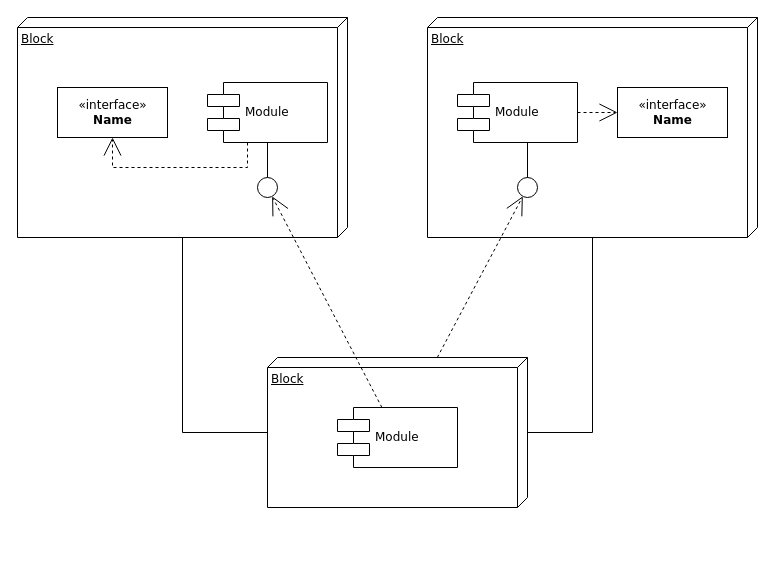
This is Untitled Diagram_.drawio from Reqeique/test-1, a draw.io file, before an edit. Source tidied: cells renumbered, new cells numbered last; positions are measured from the earlier drawing's top-left corner, leaving out a move shared by most shapes. Both pictures are drawn from the tidied source at 100%, with x=0, y=0 at pixel (17, 17).
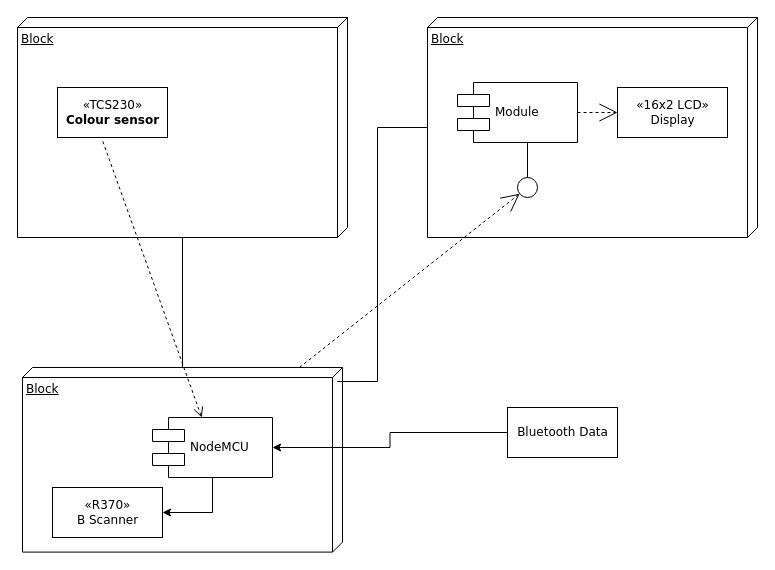
After the change.

The change refers to these unchanged cells:
```xml
<mxCell id="3" value="Block" style="verticalAlign=top;align=left;spacingTop=8;spacingLeft=2;spacingRight=12;shape=cube;size=10;direction=south;fontStyle=4;html=1;rounded=0;shadow=0;comic=0;labelBackgroundColor=none;strokeWidth=1;fontFamily=Verdana;fontSize=12;" parent="1" vertex="1">
  <mxGeometry x="410" width="330" height="220" as="geometry" />
</mxCell>
```

Diff of the diagram source:
```diff
@@
     <mxCell id="4" value="Block" style="verticalAlign=top;align=left;spacingTop=8;spacingLeft=2;spacingRight=12;shape=cube;size=10;direction=south;fontStyle=4;html=1;rounded=0;shadow=0;comic=0;labelBackgroundColor=none;strokeWidth=1;fontFamily=Verdana;fontSize=12;" parent="1" vertex="1">
-      <mxGeometry x="250" y="340" width="260" height="150" as="geometry" />
+      <mxGeometry x="5" y="350" width="320" height="184.6" as="geometry" />
     </mxCell>
-    <mxCell id="5" value="&amp;laquo;interface&amp;raquo;&lt;br&gt;&lt;b&gt;Name&lt;/b&gt;" style="html=1;rounded=0;shadow=0;comic=0;labelBackgroundColor=none;strokeWidth=1;fontFamily=Verdana;fontSize=12;align=center;" parent="1" vertex="1">
+    <mxCell id="5" value="«TCS230»&lt;br&gt;&lt;b&gt;Colour sensor&lt;/b&gt;" style="html=1;rounded=0;shadow=0;comic=0;labelBackgroundColor=none;strokeWidth=1;fontFamily=Verdana;fontSize=12;align=center;" parent="1" vertex="1">
       <mxGeometry x="40" y="70" width="110" height="50" as="geometry" />
     </mxCell>
-    <mxCell id="6" value="Module" style="shape=component;align=left;spacingLeft=36;rounded=0;shadow=0;comic=0;labelBackgroundColor=none;strokeWidth=1;fontFamily=Verdana;fontSize=12;html=1;" parent="1" vertex="1">
-      <mxGeometry x="190" y="65" width="120" height="60" as="geometry" />
-    </mxCell>
-    <mxCell id="7" style="ellipse;whiteSpace=wrap;html=1;rounded=0;shadow=0;comic=0;labelBackgroundColor=none;strokeWidth=1;fontFamily=Verdana;fontSize=12;align=center;" parent="1" vertex="1">
-      <mxGeometry x="240" y="160" width="20" height="20" as="geometry" />
-    </mxCell>
@@
-    <mxCell id="9" value="&amp;laquo;interface&amp;raquo;&lt;br&gt;&lt;b&gt;Name&lt;/b&gt;" style="html=1;rounded=0;shadow=0;comic=0;labelBackgroundColor=none;strokeWidth=1;fontFamily=Verdana;fontSize=12;align=center;" parent="1" vertex="1">
+    <mxCell id="9" value="«16x2 LCD»&lt;br&gt;Display" style="html=1;rounded=0;shadow=0;comic=0;labelBackgroundColor=none;strokeWidth=1;fontFamily=Verdana;fontSize=12;align=center;" parent="1" vertex="1">
       <mxGeometry x="600" y="70" width="110" height="50" as="geometry" />
     </mxCell>
@@
+    <mxCell id="20" style="edgeStyle=orthogonalEdgeStyle;rounded=0;jettySize=auto;html=1;entryX=1;entryY=0.5;entryDx=0;entryDy=0;" parent="1" edge="1" source="11" target="21">
+      <mxGeometry relative="1" as="geometry" />
+    </mxCell>
-    <mxCell id="11" value="Module" style="shape=component;align=left;spacingLeft=36;rounded=0;shadow=0;comic=0;labelBackgroundColor=none;strokeWidth=1;fontFamily=Verdana;fontSize=12;html=1;" parent="1" vertex="1">
-      <mxGeometry x="320" y="390" width="120" height="60" as="geometry" />
+    <mxCell id="11" value="NodeMCU" style="shape=component;align=left;spacingLeft=36;rounded=0;shadow=0;comic=0;labelBackgroundColor=none;strokeWidth=1;fontFamily=Verdana;fontSize=12;html=1;" parent="1" vertex="1">
+      <mxGeometry x="135" y="400" width="120" height="60" as="geometry" />
     </mxCell>
-    <mxCell id="12" style="edgeStyle=none;rounded=0;html=1;dashed=1;labelBackgroundColor=none;startArrow=none;startFill=0;startSize=8;endArrow=open;endFill=0;endSize=16;fontFamily=Verdana;fontSize=12;" parent="1" edge="1" source="11" target="7">
+    <mxCell id="12" style="edgeStyle=none;rounded=0;html=1;dashed=1;labelBackgroundColor=none;startArrow=open;startFill=0;startSize=8;endArrow=none;endFill=0;endSize=16;fontFamily=Verdana;fontSize=12;entryX=0.409;entryY=1.06;entryDx=0;entryDy=0;entryPerimeter=0;" parent="1" edge="1" source="11" target="5">
       <mxGeometry relative="1" as="geometry" />
     </mxCell>
@@
-    <mxCell id="15" style="edgeStyle=elbowEdgeStyle;rounded=0;html=1;labelBackgroundColor=none;startArrow=none;startFill=0;startSize=8;endArrow=none;endFill=0;endSize=16;fontFamily=Verdana;fontSize=12;" parent="1" edge="1" source="7" target="6">
-      <mxGeometry relative="1" as="geometry" />
-    </mxCell>
-    <mxCell id="16" style="edgeStyle=orthogonalEdgeStyle;rounded=0;html=1;labelBackgroundColor=none;startArrow=none;startFill=0;startSize=8;endArrow=open;endFill=0;endSize=16;fontFamily=Verdana;fontSize=12;dashed=1;" parent="1" edge="1" source="6" target="5">
-      <mxGeometry relative="1" as="geometry">
-        <Array as="points">
-          <mxPoint x="230" y="150" />
-          <mxPoint x="95" y="150" />
-        </Array>
-      </mxGeometry>
-    </mxCell>
@@
-    <mxCell id="18" style="edgeStyle=orthogonalEdgeStyle;rounded=0;html=1;labelBackgroundColor=none;startArrow=none;startFill=0;startSize=8;endArrow=none;endFill=0;endSize=16;fontFamily=Verdana;fontSize=12;" parent="1" edge="1" source="4" target="3">
-      <mxGeometry relative="1" as="geometry">
-        <Array as="points">
-          <mxPoint x="575" y="415" />
-        </Array>
-      </mxGeometry>
-    </mxCell>
@@
+    <mxCell id="21" value="«R370»&lt;br&gt;B Scanner" style="html=1;rounded=0;shadow=0;comic=0;labelBackgroundColor=none;strokeWidth=1;fontFamily=Verdana;fontSize=12;align=center;" parent="1" vertex="1">
+      <mxGeometry x="35" y="470" width="110" height="50" as="geometry" />
+    </mxCell>
+    <mxCell id="22" style="edgeStyle=orthogonalEdgeStyle;rounded=0;jettySize=auto;html=1;entryX=0.076;entryY=0.016;entryDx=0;entryDy=0;entryPerimeter=0;endArrow=none;endFill=0;" parent="1" edge="1" source="3" target="4">
+      <mxGeometry relative="1" as="geometry">
+        <Array as="points">
+          <mxPoint x="360" y="110" />
+          <mxPoint x="360" y="364" />
+        </Array>
+      </mxGeometry>
+    </mxCell>
+    <mxCell id="23" style="edgeStyle=orthogonalEdgeStyle;rounded=0;jettySize=auto;html=1;" parent="1" edge="1" source="24" target="11">
+      <mxGeometry relative="1" as="geometry" />
+    </mxCell>
+    <mxCell id="24" value="Bluetooth Data" style="html=1;rounded=0;shadow=0;comic=0;labelBackgroundColor=none;strokeWidth=1;fontFamily=Verdana;fontSize=12;align=center;" parent="1" vertex="1">
+      <mxGeometry x="490" y="390" width="110" height="50" as="geometry" />
+    </mxCell>
```
